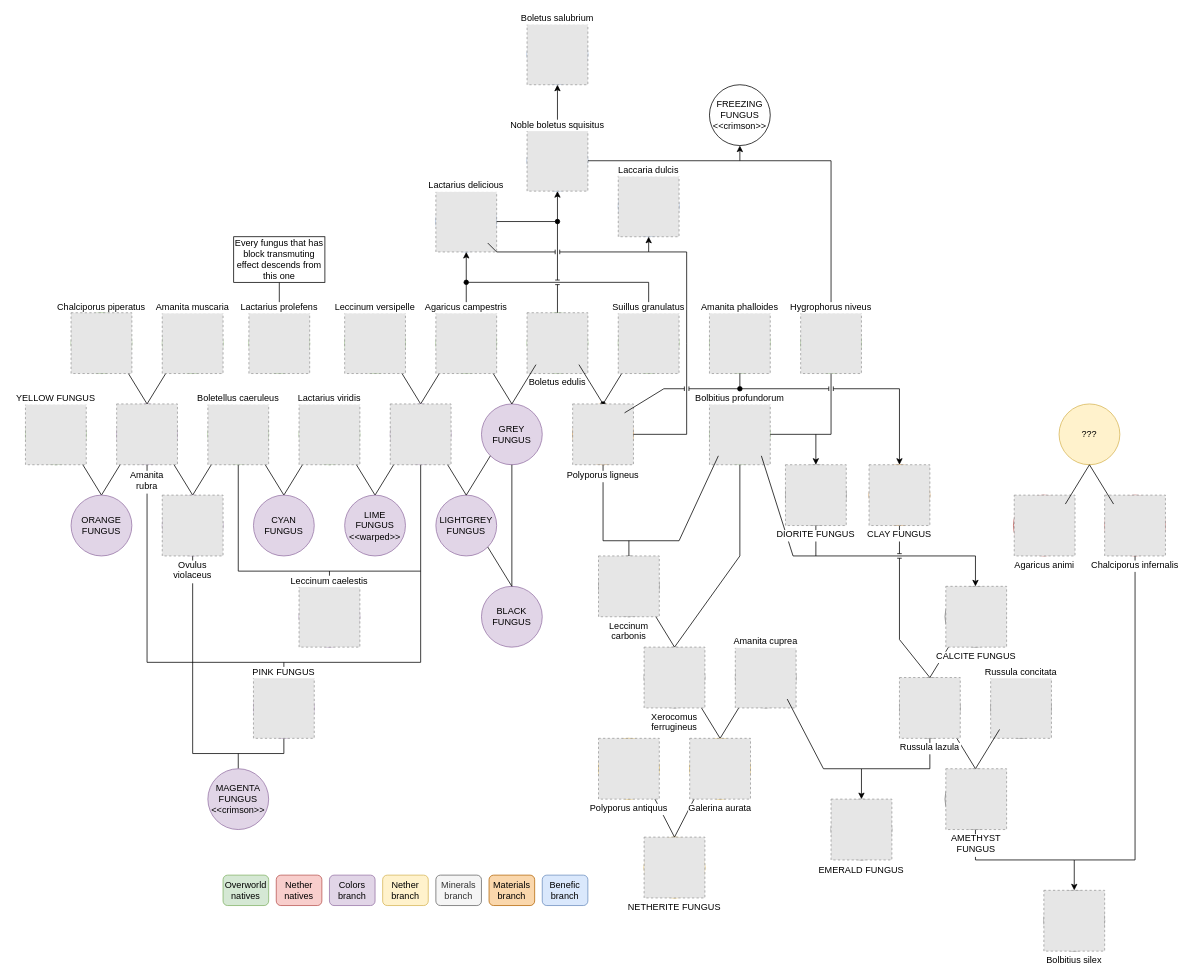
This is src/main/resources/data/mycologymod/mutations/mutations-diagram.drawio from SimoMett/MycologyMC, a draw.io file, before an edit. Source tidied: cells renumbered, new cells numbered last; positions are measured from the earlier drawing's top-left corner, leaving out a move shared by most shapes. Both pictures are drawn from the tidied source at 76%, with x=0, y=0 at pixel (25, 24). Pictures stored in the file or linked from it are replaced by grey dashed boxes.
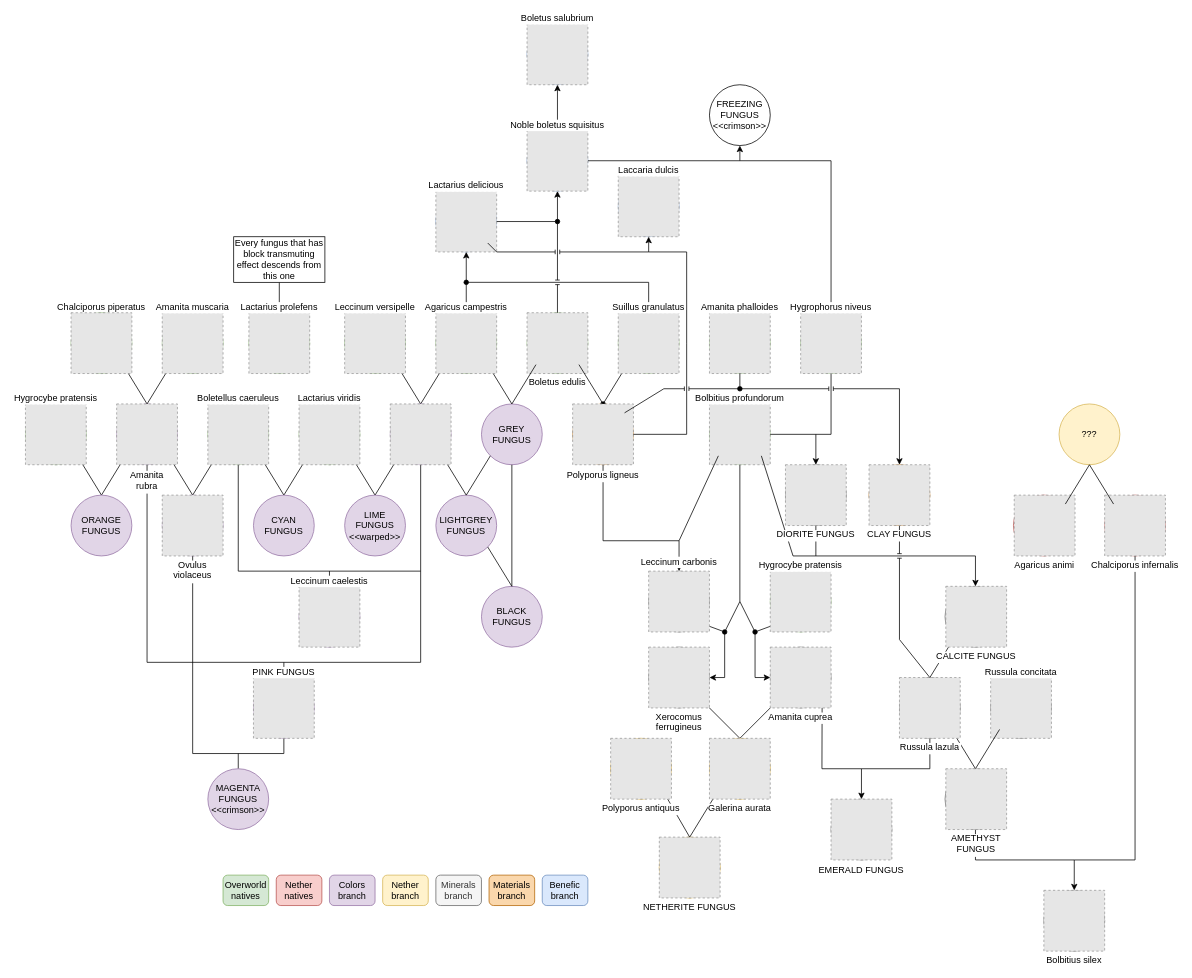
The same page after the edit.

Commit message (it also covers changes not shown here):
Added Hygrocybe pratensis

The change refers to these unchanged cells:
```xml
<mxCell id="69" style="ellipse;whiteSpace=wrap;html=1;fillColor=#d5e8d4;strokeColor=#82b366;" parent="1" vertex="1">
  <mxGeometry x="900" y="500" width="80" height="80" as="geometry" />
</mxCell>
```

Diff of the diagram source:
```diff
@@
     <mxCell id="3" style="ellipse;whiteSpace=wrap;html=1;fillColor=#ffe6cc;strokeColor=#d79b00;" parent="1" vertex="1">
-      <mxGeometry x="814" y="1070" width="80" height="80" as="geometry" />
+      <mxGeometry x="834" y="1070" width="80" height="80" as="geometry" />
     </mxCell>
@@
     <mxCell id="63" value="NETHERITE FUNGUS" style="fillColor=#E6E6E6;strokeColor=#999999;dashed=1;verticalLabelPosition=bottom;labelBackgroundColor=default;verticalAlign=top;labelPosition=center;align=center;spacing=0;fontColor=default;" parent="1" vertex="1">
-      <mxGeometry x="814" y="1070" width="80" height="80" as="geometry" />
+      <mxGeometry x="834" y="1070" width="80" height="80" as="geometry" />
     </mxCell>
     <mxCell id="64" style="ellipse;whiteSpace=wrap;html=1;fillColor=#ffe6cc;strokeColor=#d79b00;" parent="1" vertex="1">
-      <mxGeometry x="874" y="940" width="80" height="80" as="geometry" />
+      <mxGeometry x="900" y="940" width="80" height="80" as="geometry" />
     </mxCell>
     <mxCell id="65" style="ellipse;whiteSpace=wrap;html=1;fillColor=#ffe6cc;strokeColor=#d79b00;" parent="1" vertex="1">
-      <mxGeometry x="754" y="940" width="80" height="80" as="geometry" />
+      <mxGeometry x="770" y="940" width="80" height="80" as="geometry" />
     </mxCell>
@@
     <mxCell id="72" style="ellipse;whiteSpace=wrap;html=1;fillColor=#f5f5f5;fontColor=#333333;strokeColor=#666666;" parent="1" vertex="1">
-      <mxGeometry x="754" y="700" width="80" height="80" as="geometry" />
+      <mxGeometry x="820" y="720" width="80" height="80" as="geometry" />
     </mxCell>
@@
-    <mxCell id="74" style="endArrow=none;html=1;rounded=0;entryX=0.5;entryY=1;entryDx=0;entryDy=0;exitX=0.5;exitY=0;exitDx=0;exitDy=0;" parent="1" edge="1" source="77" target="69">
+    <mxCell id="74" style="endArrow=none;html=1;rounded=0;entryX=0.5;entryY=1;entryDx=0;entryDy=0;" parent="1" edge="1" target="69">
       <mxGeometry relative="1" as="geometry">
+        <mxPoint x="960" y="860" as="sourcePoint" />
         <Array as="points">
-          <mxPoint x="940" y="700" />
+          <mxPoint x="960" y="800" />
+          <mxPoint x="940" y="760" />
         </Array>
       </mxGeometry>
     </mxCell>
@@
     <mxCell id="77" style="ellipse;whiteSpace=wrap;html=1;fillColor=#f5f5f5;fontColor=#333333;strokeColor=#666666;" parent="1" vertex="1">
-      <mxGeometry x="814" y="820" width="80" height="80" as="geometry" />
+      <mxGeometry x="820" y="820" width="80" height="80" as="geometry" />
     </mxCell>
-    <mxCell id="78" style="endArrow=none;html=1;rounded=0;entryX=1;entryY=1;entryDx=0;entryDy=0;exitX=0.5;exitY=0;exitDx=0;exitDy=0;" parent="1" edge="1" source="77" target="72">
-      <mxGeometry relative="1" as="geometry" />
+    <mxCell id="78" style="endArrow=none;html=1;rounded=0;entryX=1;entryY=1;entryDx=0;entryDy=0;startArrow=oval;startFill=1;" parent="1" edge="1" target="72">
+      <mxGeometry relative="1" as="geometry">
+        <mxPoint x="920" y="800" as="sourcePoint" />
+      </mxGeometry>
     </mxCell>
     <mxCell id="79" style="ellipse;whiteSpace=wrap;html=1;fillColor=#f5f5f5;fontColor=#333333;strokeColor=#666666;" parent="1" vertex="1">
-      <mxGeometry x="934" y="820" width="80" height="80" as="geometry" />
+      <mxGeometry x="980" y="820" width="80" height="80" as="geometry" />
     </mxCell>
@@
     <mxCell id="82" value="Galerina aurata" style="fillColor=#E6E6E6;strokeColor=#999999;dashed=1;verticalLabelPosition=bottom;labelBackgroundColor=default;verticalAlign=top;labelPosition=center;align=center;spacing=0;" parent="1" vertex="1">
-      <mxGeometry x="874" y="940" width="80" height="80" as="geometry" />
+      <mxGeometry x="900" y="940" width="80" height="80" as="geometry" />
     </mxCell>
-    <mxCell id="83" value="Amanita cuprea" style="fillColor=#E6E6E6;strokeColor=#999999;dashed=1;verticalLabelPosition=top;labelBackgroundColor=default;verticalAlign=bottom;spacing=0;labelPosition=center;align=center;" parent="1" vertex="1">
-      <mxGeometry x="934" y="820" width="80" height="80" as="geometry" />
-    </mxCell>
     <mxCell id="84" value="Xerocomus&#10;ferrugineus" style="fillColor=#E6E6E6;strokeColor=#999999;dashed=1;verticalLabelPosition=bottom;labelBackgroundColor=default;verticalAlign=top;spacing=0;labelPosition=center;align=center;" parent="1" vertex="1">
-      <mxGeometry x="814" y="820" width="80" height="80" as="geometry" />
+      <mxGeometry x="820" y="820" width="80" height="80" as="geometry" />
     </mxCell>
@@
-    <mxCell id="89" value="Leccinum&#10;carbonis" style="fillColor=#E6E6E6;strokeColor=#999999;dashed=1;verticalLabelPosition=bottom;labelBackgroundColor=default;verticalAlign=top;spacing=0;" parent="1" vertex="1">
-      <mxGeometry x="754" y="700" width="80" height="80" as="geometry" />
-    </mxCell>
@@
-    <mxCell id="120" style="endArrow=none;html=1;rounded=0;exitX=0.5;exitY=0;exitDx=0;exitDy=0;" parent="1" edge="1" source="72">
-      <mxGeometry relative="1" as="geometry">
-        <mxPoint x="794" y="680" as="targetPoint" />
-      </mxGeometry>
-    </mxCell>
@@
-    <mxCell id="122" style="endArrow=none;html=1;rounded=0;entryX=0;entryY=1;entryDx=0;entryDy=0;" parent="1" edge="1" target="69">
-      <mxGeometry relative="1" as="geometry">
-        <mxPoint x="860" y="680" as="sourcePoint" />
-      </mxGeometry>
-    </mxCell>
@@
     <mxCell id="134" value="Polyporus antiquus" style="fillColor=#E6E6E6;strokeColor=#999999;dashed=1;verticalLabelPosition=bottom;labelBackgroundColor=default;verticalAlign=top;spacing=0;labelPosition=center;align=center;" parent="1" vertex="1">
-      <mxGeometry x="754" y="940" width="80" height="80" as="geometry" />
+      <mxGeometry x="770" y="940" width="80" height="80" as="geometry" />
     </mxCell>
@@
     <mxCell id="136" style="endArrow=none;html=1;rounded=0;entryX=1;entryY=1;entryDx=0;entryDy=0;" parent="1" edge="1" target="79">
       <mxGeometry relative="1" as="geometry">
         <mxPoint x="1100" y="980" as="sourcePoint" />
         <Array as="points">
-          <mxPoint x="1050" y="980" />
+          <mxPoint x="1048" y="980" />
         </Array>
       </mxGeometry>
     </mxCell>
@@
-    <mxCell id="158" value="YELLOW FUNGUS" style="fillColor=#E6E6E6;strokeColor=#999999;dashed=1;verticalLabelPosition=top;labelBackgroundColor=default;verticalAlign=bottom;labelPosition=center;align=center;spacing=0;" parent="1" vertex="1">
-      <mxGeometry y="500" width="80" height="80" as="geometry" />
-    </mxCell>
@@
+    <mxCell id="83" value="Amanita cuprea" style="fillColor=#E6E6E6;strokeColor=#999999;dashed=1;verticalLabelPosition=bottom;labelBackgroundColor=default;verticalAlign=top;spacing=0;labelPosition=center;align=center;" parent="1" vertex="1">
+      <mxGeometry x="980" y="820" width="80" height="80" as="geometry" />
+    </mxCell>
+    <mxCell id="168" style="ellipse;whiteSpace=wrap;html=1;fillColor=#d5e8d4;strokeColor=#82b366;gradientColor=#E1D5E7;" parent="1" vertex="1">
+      <mxGeometry x="980" y="720" width="80" height="80" as="geometry" />
+    </mxCell>
+    <mxCell id="169" style="endArrow=classic;html=1;rounded=0;entryX=0;entryY=0.5;entryDx=0;entryDy=0;" parent="1" edge="1" target="79">
+      <mxGeometry relative="1" as="geometry">
+        <mxPoint x="960" y="860" as="sourcePoint" />
+      </mxGeometry>
+    </mxCell>
+    <mxCell id="170" style="endArrow=none;html=1;rounded=0;entryX=0;entryY=1;entryDx=0;entryDy=0;startArrow=oval;startFill=1;" parent="1" edge="1" target="168">
+      <mxGeometry relative="1" as="geometry">
+        <mxPoint x="960" y="800" as="sourcePoint" />
+      </mxGeometry>
+    </mxCell>
+    <mxCell id="171" style="endArrow=classic;html=1;rounded=0;entryX=1;entryY=0.5;entryDx=0;entryDy=0;" parent="1" edge="1" target="77">
+      <mxGeometry relative="1" as="geometry">
+        <mxPoint x="940" y="760" as="sourcePoint" />
+        <Array as="points">
+          <mxPoint x="920" y="800" />
+          <mxPoint x="920" y="860" />
+        </Array>
+      </mxGeometry>
+    </mxCell>
+    <mxCell id="172" style="endArrow=classic;html=1;rounded=0;exitX=0;exitY=1;exitDx=0;exitDy=0;entryX=0.5;entryY=0;entryDx=0;entryDy=0;" parent="1" edge="1" source="69" target="72">
+      <mxGeometry relative="1" as="geometry">
+        <Array as="points">
+          <mxPoint x="860" y="680" />
+        </Array>
+      </mxGeometry>
+    </mxCell>
+    <mxCell id="89" value="Leccinum carbonis" style="fillColor=#E6E6E6;strokeColor=#999999;dashed=1;verticalLabelPosition=top;labelBackgroundColor=default;verticalAlign=bottom;spacing=5;labelPosition=center;align=center;" parent="1" vertex="1">
+      <mxGeometry x="820" y="720" width="80" height="80" as="geometry" />
+    </mxCell>
+    <mxCell id="173" value="Hygrocybe pratensis" style="fillColor=#E6E6E6;strokeColor=#999999;dashed=1;verticalLabelPosition=top;labelBackgroundColor=default;verticalAlign=bottom;spacing=0;labelPosition=center;align=center;" parent="1" vertex="1">
+      <mxGeometry y="500" width="80" height="80" as="geometry" />
+    </mxCell>
+    <mxCell id="174" value="Hygrocybe pratensis" style="fillColor=#E6E6E6;strokeColor=#999999;dashed=1;verticalLabelPosition=top;labelBackgroundColor=default;verticalAlign=bottom;spacing=0;labelPosition=center;align=center;" parent="1" vertex="1">
+      <mxGeometry x="980" y="720" width="80" height="80" as="geometry" />
+    </mxCell>
```
